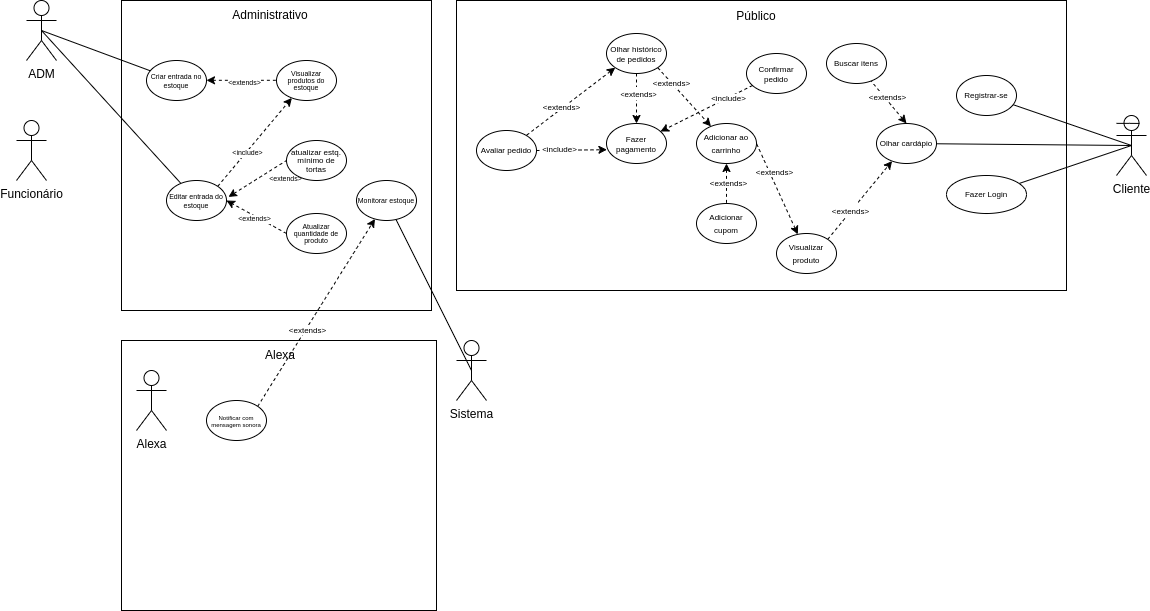
Above: UC_d.drawio.png in FreelyTian/docs (draw.io), before the change. Source tidied: cells renumbered, new cells last; positions are measured from the earlier drawing's top-left corner, leaving out a move shared by most shapes.
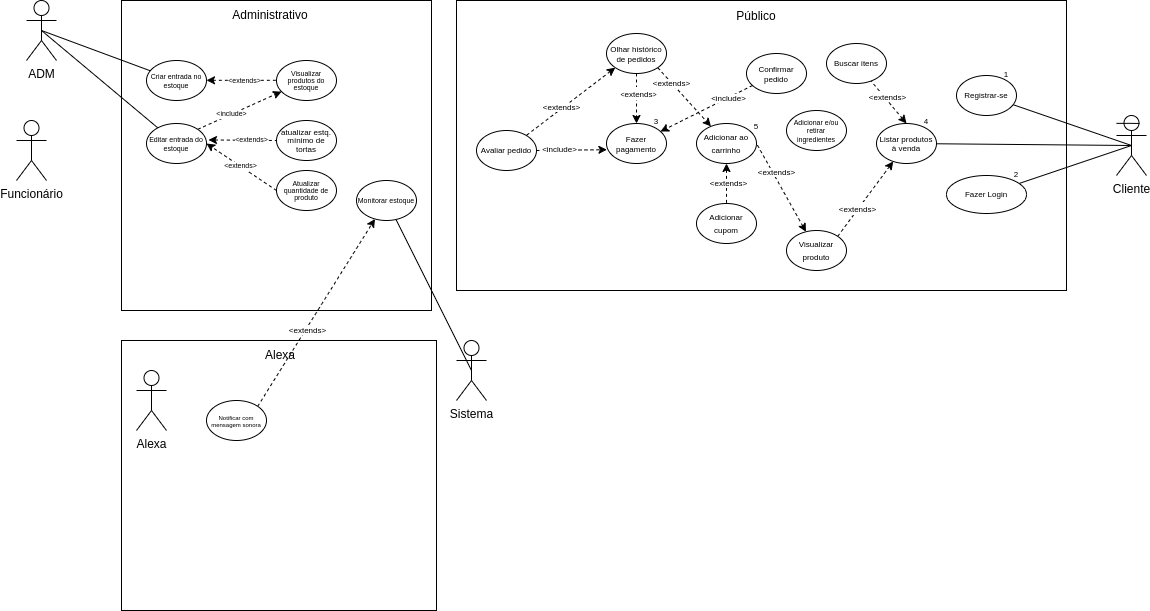
The same diagram one commit later.

Commit message:
início da numeação

The edit, as a diff of the source:
```diff
@@ -43,7 +43,7 @@
     </mxCell>
     <mxCell id="14" value="&lt;font style=&quot;font-size: 7px;&quot;&gt;&amp;lt;extends&amp;gt;&lt;/font&gt;" style="edgeLabel;html=1;align=center;verticalAlign=middle;fontSize=9;" parent="13" vertex="1">
       <mxGeometry x="-0.28" relative="1" as="geometry">
-        <mxPoint x="12" y="2" as="offset" />
+        <mxPoint x="12" as="offset" />
       </mxGeometry>
     </mxCell>
     <mxCell id="15" style="rounded=0;jettySize=auto;html=1;fontSize=9;dashed=1;startArrow=classic;startFill=1;endArrow=none;endFill=0;entryX=0;entryY=0.5;entryDx=0;entryDy=0;exitX=1.033;exitY=0.411;exitDx=0;exitDy=0;exitPerimeter=0;" parent="1" edge="1" source="42" target="19">
@@ -51,7 +51,7 @@
     </mxCell>
     <mxCell id="16" value="&lt;font style=&quot;font-size: 7px;&quot;&gt;&amp;lt;extends&amp;gt;&lt;/font&gt;" style="edgeLabel;html=1;align=center;verticalAlign=middle;fontSize=9;" parent="15" vertex="1">
       <mxGeometry x="-0.28" y="1" relative="1" as="geometry">
-        <mxPoint x="36" y="-5" as="offset" />
+        <mxPoint x="19" as="offset" />
       </mxGeometry>
     </mxCell>
     <mxCell id="17" value="&lt;p style=&quot;line-height: 55%;&quot;&gt;&lt;font style=&quot;font-size: 7px;&quot;&gt;Criar entrada no estoque&lt;/font&gt;&lt;/p&gt;" style="ellipse;whiteSpace=wrap;html=1;" parent="1" vertex="1">
@@ -61,7 +61,7 @@
       <mxGeometry x="260" y="60" width="60" height="40" as="geometry" />
     </mxCell>
     <mxCell id="19" value="&lt;p style=&quot;line-height: 60%;&quot;&gt;&lt;span style=&quot;font-size: 8px;&quot;&gt;atualizar estq. mínimo de tortas&lt;/span&gt;&lt;/p&gt;" style="ellipse;whiteSpace=wrap;html=1;" parent="1" vertex="1">
-      <mxGeometry x="270" y="140" width="60" height="40" as="geometry" />
+      <mxGeometry x="260" y="120" width="60" height="40" as="geometry" />
     </mxCell>
     <mxCell id="20" style="rounded=0;jettySize=auto;html=1;entryX=1;entryY=0.5;entryDx=0;entryDy=0;dashed=1;fontSize=8;endArrow=none;endFill=0;startArrow=classic;startFill=1;" parent="1" edge="1" source="55" target="32">
       <mxGeometry relative="1" as="geometry" />
@@ -79,7 +79,7 @@
         <mxPoint x="-7" y="-11" as="offset" />
       </mxGeometry>
     </mxCell>
-    <mxCell id="24" value="&lt;p style=&quot;line-height: 90%;&quot;&gt;&lt;span style=&quot;font-size: 8px;&quot;&gt;Olhar cardápio&lt;/span&gt;&lt;/p&gt;" style="ellipse;whiteSpace=wrap;html=1;" parent="1" vertex="1">
+    <mxCell id="24" value="&lt;p style=&quot;line-height: 65%;&quot;&gt;&lt;span style=&quot;font-size: 8px;&quot;&gt;Listar produtos à venda&lt;/span&gt;&lt;/p&gt;" style="ellipse;whiteSpace=wrap;html=1;" parent="1" vertex="1">
       <mxGeometry x="860" y="123" width="60" height="40" as="geometry" />
     </mxCell>
     <mxCell id="25" style="edgeStyle=none;rounded=0;jettySize=auto;html=1;dashed=1;fontSize=8;" parent="1" edge="1" source="27" target="28">
@@ -141,21 +141,23 @@
       <mxGeometry relative="1" as="geometry" />
     </mxCell>
     <mxCell id="41" value="&amp;lt;include&amp;gt;" style="edgeLabel;html=1;align=center;verticalAlign=middle;fontSize=7;" parent="40" vertex="1">
-      <mxGeometry x="-0.21" y="-1" relative="1" as="geometry" />
+      <mxGeometry x="-0.21" y="-1" relative="1" as="geometry">
+        <mxPoint y="-1" as="offset" />
+      </mxGeometry>
     </mxCell>
     <mxCell id="42" value="&lt;p style=&quot;line-height: 55%;&quot;&gt;&lt;font style=&quot;font-size: 7px;&quot;&gt;Editar entrada do estoque&lt;/font&gt;&lt;/p&gt;" style="ellipse;whiteSpace=wrap;html=1;" parent="1" vertex="1">
-      <mxGeometry x="150" y="180" width="60" height="40" as="geometry" />
+      <mxGeometry x="130" y="123" width="60" height="40" as="geometry" />
     </mxCell>
     <mxCell id="43" style="edgeStyle=none;rounded=0;jettySize=auto;html=1;exitX=0;exitY=0.5;exitDx=0;exitDy=0;entryX=1;entryY=0.5;entryDx=0;entryDy=0;dashed=1;fontSize=7;startArrow=none;startFill=0;endArrow=classic;endFill=1;" parent="1" edge="1" source="45" target="42">
       <mxGeometry relative="1" as="geometry" />
     </mxCell>
     <mxCell id="44" value="&amp;lt;extends&amp;gt;" style="edgeLabel;html=1;align=center;verticalAlign=middle;fontSize=7;" parent="43" vertex="1">
       <mxGeometry x="0.2" relative="1" as="geometry">
-        <mxPoint x="3" y="5" as="offset" />
+        <mxPoint x="5" y="3" as="offset" />
       </mxGeometry>
     </mxCell>
     <mxCell id="45" value="&lt;p style=&quot;line-height: 40%;&quot;&gt;&lt;font style=&quot;font-size: 7px;&quot;&gt;Atualizar quantidade de produto&lt;/font&gt;&lt;/p&gt;" style="ellipse;whiteSpace=wrap;html=1;" parent="1" vertex="1">
-      <mxGeometry x="270" y="213" width="60" height="40" as="geometry" />
+      <mxGeometry x="260" y="170" width="60" height="40" as="geometry" />
     </mxCell>
     <mxCell id="46" value="&lt;p style=&quot;line-height: 90%;&quot;&gt;&lt;span style=&quot;font-size: 8px;&quot;&gt;Adicionar cupom&lt;/span&gt;&lt;/p&gt;" style="ellipse;whiteSpace=wrap;html=1;" parent="1" vertex="1">
       <mxGeometry x="680" y="203" width="60" height="40" as="geometry" />
@@ -189,7 +191,7 @@
       </mxGeometry>
     </mxCell>
     <mxCell id="55" value="&lt;p style=&quot;line-height: 90%;&quot;&gt;&lt;span style=&quot;font-size: 8px;&quot;&gt;Visualizar produto&lt;/span&gt;&lt;/p&gt;" style="ellipse;whiteSpace=wrap;html=1;" parent="1" vertex="1">
-      <mxGeometry x="760" y="233" width="60" height="40" as="geometry" />
+      <mxGeometry x="770" y="230" width="60" height="40" as="geometry" />
     </mxCell>
     <mxCell id="56" style="rounded=0;whiteSpace=wrap;html=1;fontSize=8;" parent="1" vertex="1">
       <mxGeometry x="105" y="340" width="315" height="270" as="geometry" />
@@ -218,5 +220,23 @@
     <mxCell id="64" value="&lt;p style=&quot;line-height: 40%;&quot;&gt;&lt;font style=&quot;font-size: 7px;&quot;&gt;Monitorar estoque&lt;/font&gt;&lt;/p&gt;" style="ellipse;whiteSpace=wrap;html=1;" parent="1" vertex="1">
       <mxGeometry x="340" y="180" width="60" height="40" as="geometry" />
     </mxCell>
+    <mxCell id="65" value="&lt;font style=&quot;font-size: 8px;&quot;&gt;1&lt;/font&gt;" style="text;html=1;strokeColor=none;fillColor=none;align=center;verticalAlign=middle;whiteSpace=wrap;rounded=0;" parent="1" vertex="1">
+      <mxGeometry x="980" y="63" width="20" height="20" as="geometry" />
+    </mxCell>
+    <mxCell id="66" value="&lt;font style=&quot;font-size: 8px;&quot;&gt;2&lt;/font&gt;" style="text;html=1;strokeColor=none;fillColor=none;align=center;verticalAlign=middle;whiteSpace=wrap;rounded=0;" parent="1" vertex="1">
+      <mxGeometry x="990" y="163" width="20" height="20" as="geometry" />
+    </mxCell>
+    <mxCell id="67" value="&lt;font style=&quot;font-size: 8px;&quot;&gt;4&lt;/font&gt;" style="text;html=1;strokeColor=none;fillColor=none;align=center;verticalAlign=middle;whiteSpace=wrap;rounded=0;" parent="1" vertex="1">
+      <mxGeometry x="900" y="110" width="20" height="20" as="geometry" />
+    </mxCell>
+    <mxCell id="68" value="&lt;font style=&quot;font-size: 8px;&quot;&gt;3&lt;/font&gt;" style="text;html=1;strokeColor=none;fillColor=none;align=center;verticalAlign=middle;whiteSpace=wrap;rounded=0;" parent="1" vertex="1">
+      <mxGeometry x="630" y="110" width="20" height="20" as="geometry" />
+    </mxCell>
+    <mxCell id="69" value="&lt;font style=&quot;font-size: 8px;&quot;&gt;5&lt;/font&gt;" style="text;html=1;strokeColor=none;fillColor=none;align=center;verticalAlign=middle;whiteSpace=wrap;rounded=0;" parent="1" vertex="1">
+      <mxGeometry x="730" y="115" width="20" height="20" as="geometry" />
+    </mxCell>
+    <mxCell id="70" value="&lt;p style=&quot;line-height: 59%;&quot;&gt;&lt;font style=&quot;font-size: 7px;&quot;&gt;Adicionar e/ou retirar ingredientes&lt;/font&gt;&lt;/p&gt;" style="ellipse;whiteSpace=wrap;html=1;" parent="1" vertex="1">
+      <mxGeometry x="770" y="110" width="60" height="40" as="geometry" />
+    </mxCell>
   </root>
 </mxGraphModel>
```
